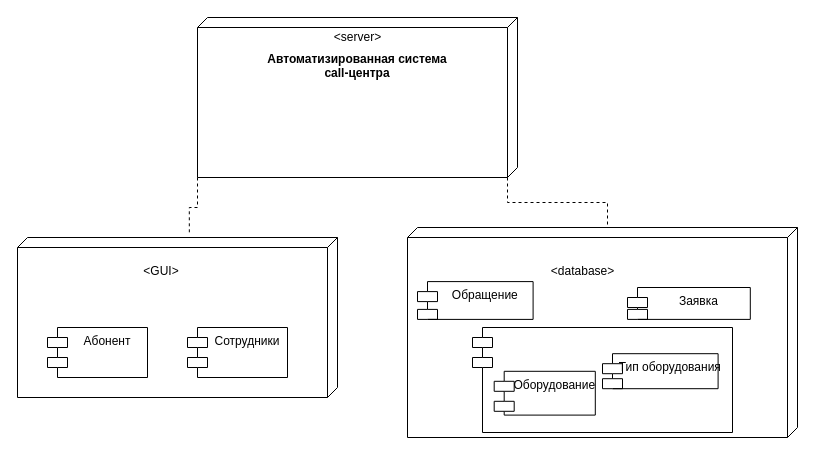
Above: Диаграмма развертывания.drawio in Barashek-1507/DandA (draw.io), before the change. Source tidied: cells renumbered, new cells numbered last; positions are measured from the earlier drawing's top-left corner, leaving out a move shared by most shapes. Both pictures are drawn from the tidied source at 100%, with x=0, y=0 at pixel (17, 17).
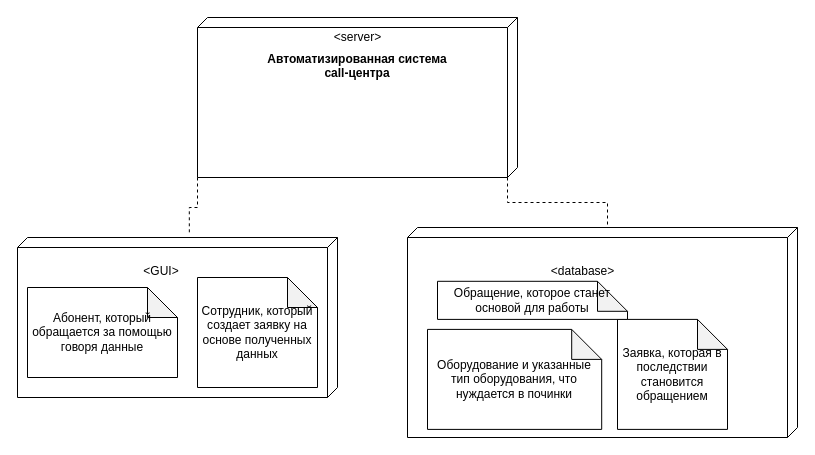
The same page after the edit.

The change refers to these unchanged cells:
```xml
<mxCell id="6" style="group;fontStyle=1;" parent="1" vertex="1">
  <mxGeometry y="220" width="320" height="160" as="geometry" />
</mxCell>
<mxCell id="11" style="group;" parent="1" vertex="1">
  <mxGeometry x="390" y="210" width="390" height="210" as="geometry" />
</mxCell>
```

Change to the diagram source:
```diff
@@
-    <mxCell id="9" value="Абонент" style="shape=module;align=left;spacingLeft=20;align=center;verticalAlign=top;" parent="6" vertex="1">
-      <mxGeometry x="30" y="90" width="100" height="50" as="geometry" />
-    </mxCell>
-    <mxCell id="10" value="Сотрудники" style="shape=module;align=left;spacingLeft=20;align=center;verticalAlign=top;" parent="6" vertex="1">
-      <mxGeometry x="170" y="90" width="100" height="50" as="geometry" />
-    </mxCell>
+    <mxCell id="22" value="Абонент, который обращается за помощью говоря данные" style="shape=note;whiteSpace=wrap;html=1;backgroundOutline=1;darkOpacity=0.05;" parent="6" vertex="1">
+      <mxGeometry x="10" y="50" width="150" height="90" as="geometry" />
+    </mxCell>
+    <mxCell id="23" value="Сотрудник, который создает заявку на основе полученных данных" style="shape=note;whiteSpace=wrap;html=1;backgroundOutline=1;darkOpacity=0.05;" parent="6" vertex="1">
+      <mxGeometry x="180" y="40" width="120" height="110" as="geometry" />
+    </mxCell>
@@
-    <mxCell id="14" value="Обращение" style="shape=module;align=left;spacingLeft=20;align=center;verticalAlign=top;" parent="11" vertex="1">
-      <mxGeometry x="10" y="54.1" width="115.6" height="37.8" as="geometry" />
-    </mxCell>
-    <mxCell id="15" value="Заявка" style="shape=module;align=left;spacingLeft=20;align=center;verticalAlign=top;" parent="11" vertex="1">
-      <mxGeometry x="220" y="60" width="122.8" height="31.9" as="geometry" />
-    </mxCell>
-    <mxCell id="16" style="group;" parent="11" vertex="1">
-      <mxGeometry x="65" y="100" width="260" height="105" as="geometry" />
-    </mxCell>
-    <mxCell id="17" style="shape=module;align=left;spacingLeft=20;align=center;verticalAlign=top;" parent="16" vertex="1">
-      <mxGeometry width="260" height="105" as="geometry" />
-    </mxCell>
-    <mxCell id="18" value="Оборудование" style="shape=module;align=left;spacingLeft=20;align=center;verticalAlign=top;" parent="16" vertex="1">
-      <mxGeometry x="21.7" y="43.8" width="101.1" height="43.8" as="geometry" />
-    </mxCell>
-    <mxCell id="19" value="Тип оборудования" style="shape=module;align=left;spacingLeft=20;align=center;verticalAlign=top;" parent="16" vertex="1">
-      <mxGeometry x="130" y="26.2" width="115.6" height="35" as="geometry" />
-    </mxCell>
+    <mxCell id="24" value="Заявка, которая в последствии становится обращением" style="shape=note;whiteSpace=wrap;html=1;backgroundOutline=1;darkOpacity=0.05;" parent="11" vertex="1">
+      <mxGeometry x="210" y="91.9" width="110" height="110" as="geometry" />
+    </mxCell>
+    <mxCell id="25" value="Оборудование и указанные тип оборудования, что нуждается в починки" style="shape=note;whiteSpace=wrap;html=1;backgroundOutline=1;darkOpacity=0.05;" parent="11" vertex="1">
+      <mxGeometry x="20" y="101.9" width="174.2" height="100" as="geometry" />
+    </mxCell>
+    <mxCell id="26" value="Обращение, которое станет основой для работы" style="shape=note;whiteSpace=wrap;html=1;backgroundOutline=1;darkOpacity=0.05;" parent="11" vertex="1">
+      <mxGeometry x="30" y="53.8" width="190" height="38.1" as="geometry" />
+    </mxCell>
```
